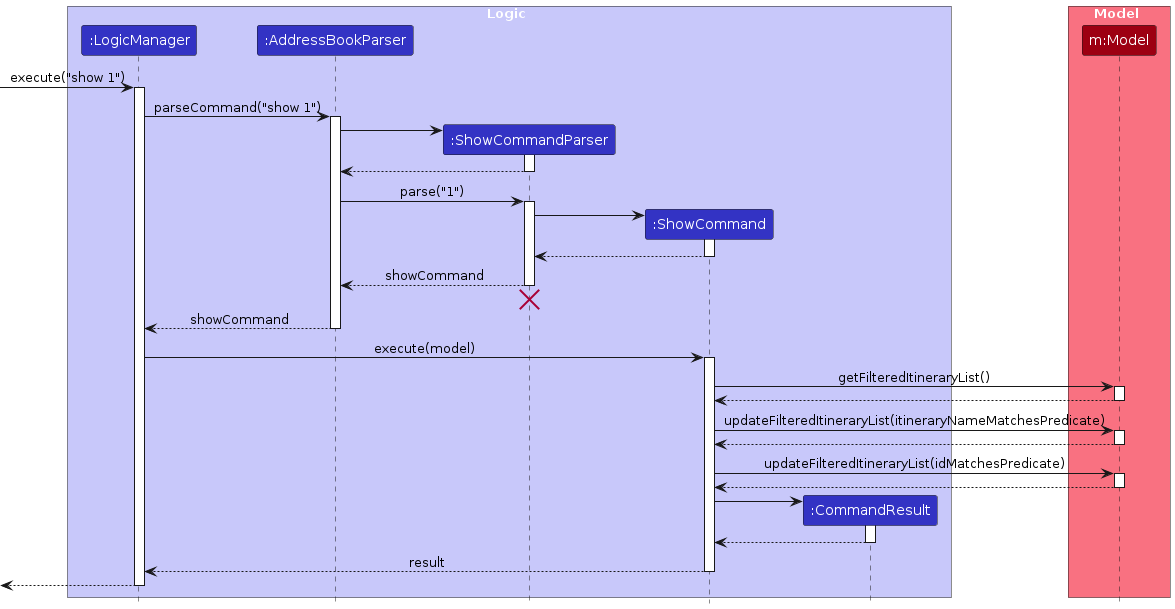
This is diagrams/ShowSequenceDiagram-Logic.png from reyestyh/tp, a PlantUML export, as it was before one commit. Its source is kept beside it as diagrams/ShowSequenceDiagram-Logic.puml.
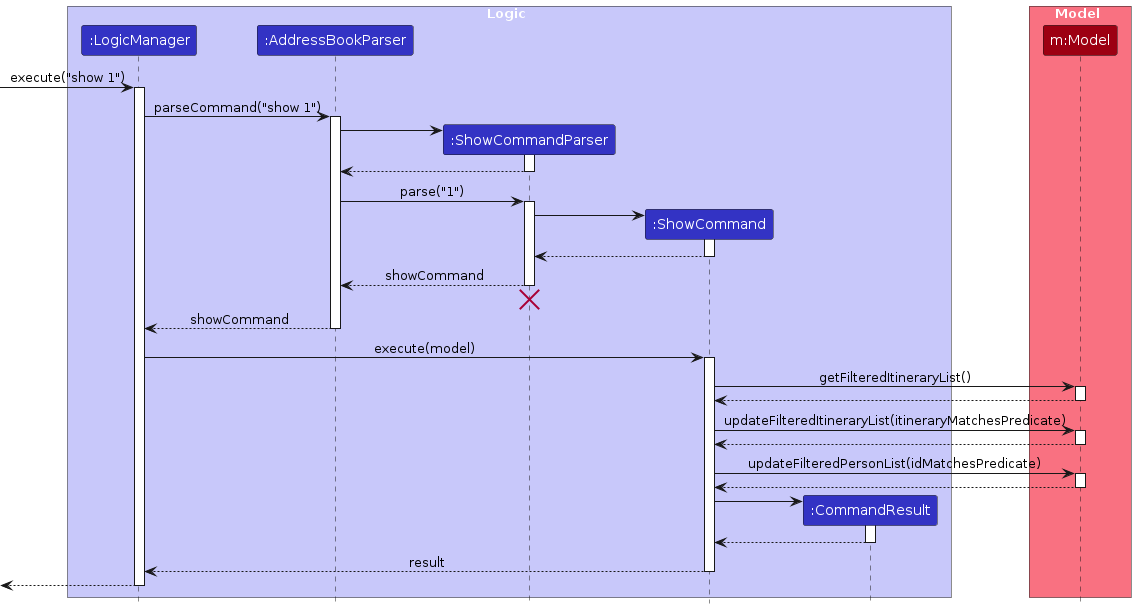
The same diagram one commit later.

Change to the diagram source:
```diff
@@ -53,12 +53,12 @@
 Model --> ShowCommand
 deactivate Model
 
-ShowCommand -> Model : updateFilteredItineraryList(itineraryNameMatchesPredicate)
+ShowCommand -> Model : updateFilteredItineraryList(itineraryMatchesPredicate)
 activate Model
 Model --> ShowCommand
 deactivate Model
 
-ShowCommand -> Model : updateFilteredItineraryList(idMatchesPredicate)
+ShowCommand -> Model : updateFilteredPersonList(idMatchesPredicate)
 activate Model
 Model --> ShowCommand
 deactivate Model
```
